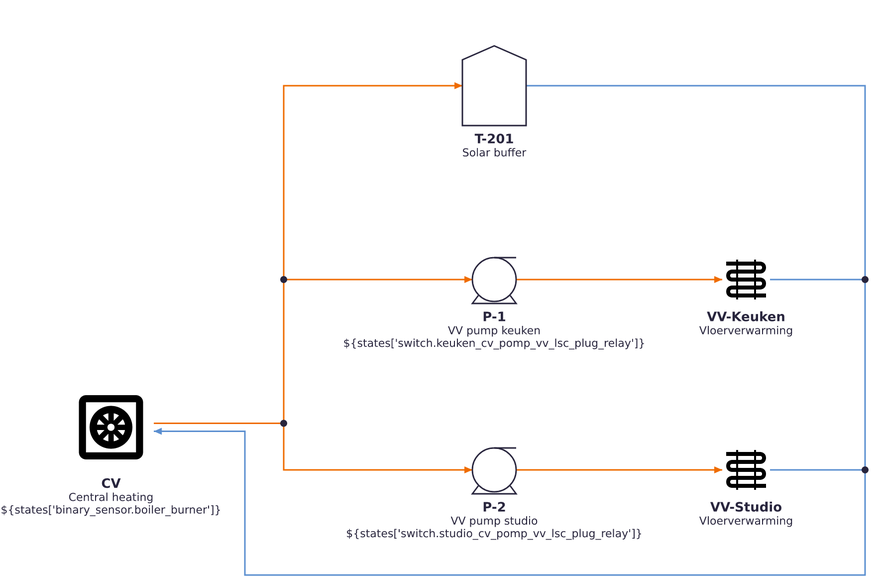
Above: docs/images/home-heating.png in NdS-Research-Facilities/pid (Mermaid), before the change. Its source is kept beside it as examples/home-heating.mmd.
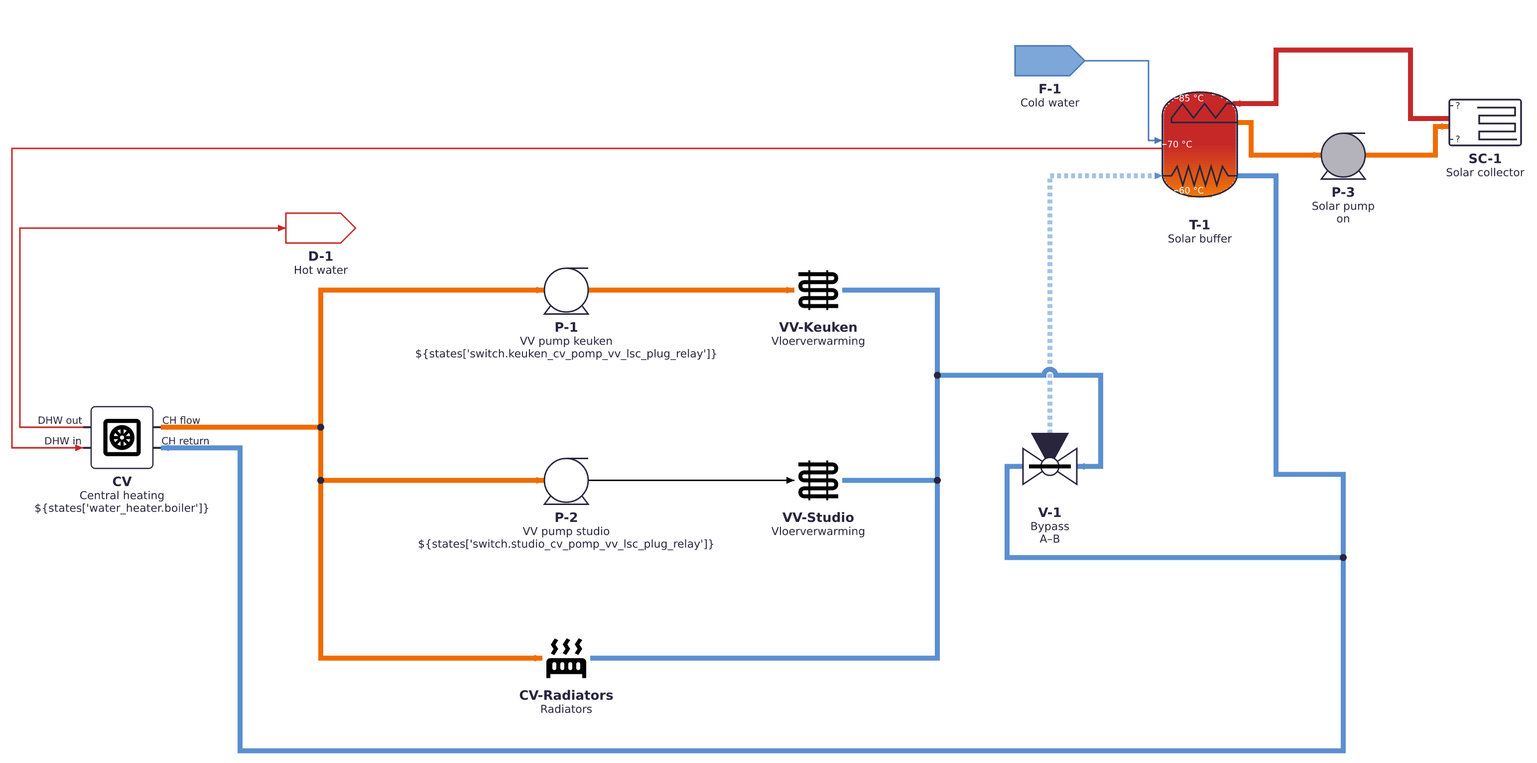
The same file after the commit.

What changed in the source:
```diff
@@ -1,36 +1,92 @@
 pid LR
-  CV: block "Central heating" = ${states['binary_sensor.boiler_burner']}
-  icon CV mdi:heat-pump-outline 86
-  T-201: tank "Solar buffer"
+  CV: block "Central heating" = ${states['water_heater.boiler']}
+  icon CV mdi:heat-pump-outline 50
+  nozzle CV n1 right "CH flow"
+  nozzle CV n2 right "CH return"
+  nozzle CV n4 left "DHW out"
+  nozzle CV n3 left "DHW in"
+
+
+  T-1: vessel "Solar buffer"
+  coil T-1 bottom "CV coil"
+  coil T-1 top "Solar coil"
+  gradient T-1 85 °C, 70 °C, 60 °C
+
+  V-1: valve3 T "Bypass" = AB
+
+  SC-1: collector "Solar collector"
+  gradient SC-1 ${round(states['sensor.collector_top_temp'], 0)} °C, ${round(states['sensor.collector_bottom_temp'], 0)} °C
+
+  F-1: feed "Cold water"
+  D-1: product "Hot water"
+
   P-1: pump "VV pump keuken" = ${states['switch.keuken_cv_pomp_vv_lsc_plug_relay']}
   VV-Keuken: block "Vloerverwarming"
   icon VV-Keuken mdi:heating-coil 48
+
   P-2: pump "VV pump studio" = ${states['switch.studio_cv_pomp_vv_lsc_plug_relay']}
   VV-Studio: block "Vloerverwarming"
   icon VV-Studio mdi:heating-coil 48
-  T-1: tee
-  T-2: tee
-  CV m1@--> T-1
-  T-1 m2@--> T-201
-  T-1 m3@--> P-1
-  T-1 m4@--> P-2
+
+  P-3: pump "Solar pump" = "on"
+
+  CV-Radiators: block "Radiators"
+  icon CV-Radiators mdi:radiator 48
+
+
+
+
+  C-1: tee
+  C-2: tee
+  C-3: tee
+
+  CV.n1 m1@--> C-1
+  C-1 m2@--> P-1
+  C-1 m3@--> P-2
   P-1 k1@--> VV-Keuken
   P-2 s1@--> VV-Studio
-  T-201 r1@--> T-2
-  VV-Keuken r2@--> T-2
-  VV-Studio r3@--> T-2
-  T-2 r4@--> CV
+  C-1 m4@--> CV-Radiators
+  VV-Keuken r1@--> C-2
+  VV-Studio r2@--> C-2
+  CV-Radiators r8@--> C-2
+  V-1.C r3@--> T-1.coil1
+  C-3 r4@--> CV.n2
+  T-1.coil1 r5@--> C-3
+  C-2 r6@--> V-1.B
+  V-1.A r7@--> C-3
+  CV.n4 hw2@--> D-1
+  F-1 cw1@--> T-1
+  T-1 hw1@--> CV.n3
+
+  SC-1 sh1@--> T-1.coil2
+  T-1.coil2 sh2@--> P-3
+  P-3 sh3@--> SC-1
+
+
 
   classDef blue fill:#7da7d9,stroke:#4a78b5
   classDef orange fill:#ff8a1f,stroke:#e06c00
   classDef white fill:#ffffff,stroke:#ff0000
-  classDef hot    stroke:#c62828
-  classDef warm   stroke:#ef6c00
-  classDef off    stroke:#9e9e9e
-  classDef return stroke:#5b8fd0
-  class m1,m2,m3,m4,k1,s1 warm
-  class r1,r2,r3,r4 return
+  classDef hot    stroke:#c62828,stroke-width:5px
+  classDef warm   stroke:#ef6c00,stroke-width:5px
+  classDef off    stroke:#9e9e9e,stroke-width:5px
+  classDef return stroke:#5b8fd0,stroke-width:5px
+  classDef cold_water fill:#7da7d9,stroke:#4a78b5
+  classDef hot_water  stroke:#c62828
 
-  class m1,m2,m3,m4 ${if(is_state('binary_sensor.boiler_burner', 'on'), 'hot', 'warm')}
-  class k1 ${if(is_state('switch.keuken_cv_pomp_vv_lsc_plug_relay', 'on'), if(is_state('binary_sensor.boiler_burner', 'on'), 'hot', 'warm'), 'off')}
-  class s1 ${if(is_state('switch.studio_cv_pomp_vv_lsc_plug_relay', 'on'), if(is_state('binary_sensor.boiler_burner', 'on'), 'hot', 'warm'), 'off')}
+  class m1,m2,m3,m4,k1,sh2,sh3 warm
+  class sh1 hot
+  class r1,r2,r3,r4,r5,r6,r7,r8 return
+  class cw1,F-1 cold_water
+  class hw1,hw2,D-1 hot_water
+
+  class m1,m2,m3,m4 ${if(is_state('binary_sensor.boiler_burner', 'on'), '${if(is_state("binary_sensor.boiler_hot_water_tap", "on"), "warm",   "hot")}' , 'warm')}
+
+
+
+
+  class k1 ${if(is_state('switch.keuken_cv_pomp_vv_lsc_plug_relay', 'on'), '${if(attr("water_heater.boiler", "display_code") == 0,  "hot", "warm")}', '${if(attr("water_heater.boiler", "display_code") == 0,  "warm", "off")}')}
+  class s1 ${if(is_state('switch.studio_cv_pomp_vv_lsc_plug_relay', 'on'), '${if(attr("water_heater.boiler", "display_code") == 0,  "hot", "warm")}', '${if(attr("water_heater.boiler", "display_code") == 0,  "warm", "off")}')}
+
+
+
```
